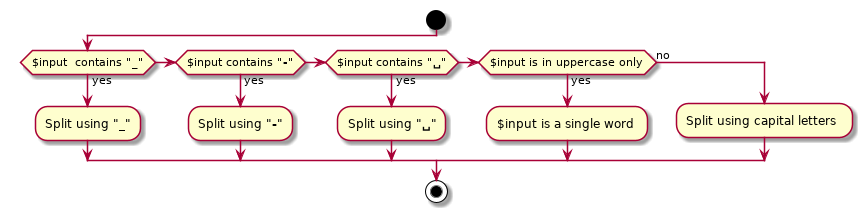
Earlier version of the PlantUML export images/detection-algorithm.png (knm1/case-converter).
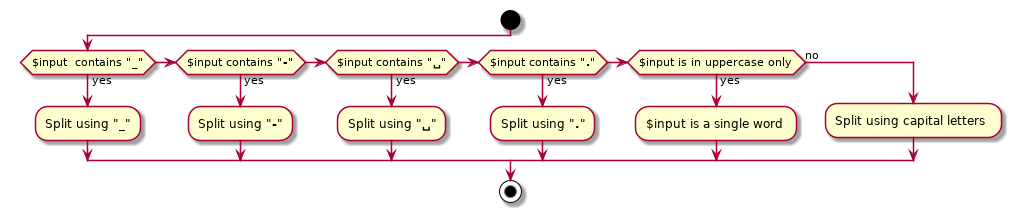
Later version of the same file.

The edit, as a diff of the source:
```diff
@@ -6,6 +6,8 @@
   :Split using "**-**";
 elseif ($input contains "**␣**") then (yes)
   :Split using "**␣**";
+elseif ($input contains "**.**") then (yes)
+  :Split using "**.**";
 elseif ($input is in uppercase only) then (yes)
   :$input is a single word;
 else (no)
```
